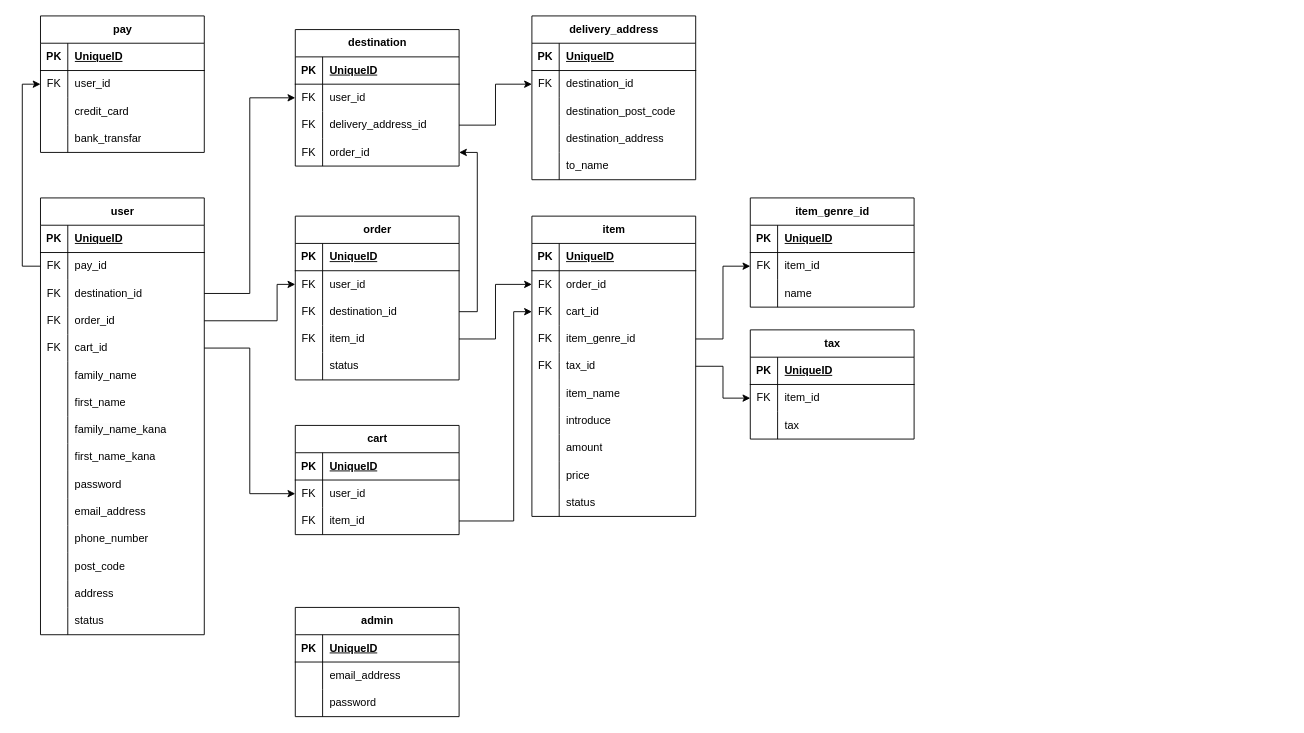
Earlier version of the draw.io diagram 名称未設定ファイル.drawio (yuna096740/sample_app). Source tidied: cells renumbered, new cells numbered last; positions are measured from the earlier drawing's top-left corner, leaving out a move shared by most shapes. Both pictures are drawn from the tidied source at 91%, with x=0, y=0 at pixel (40, 15).
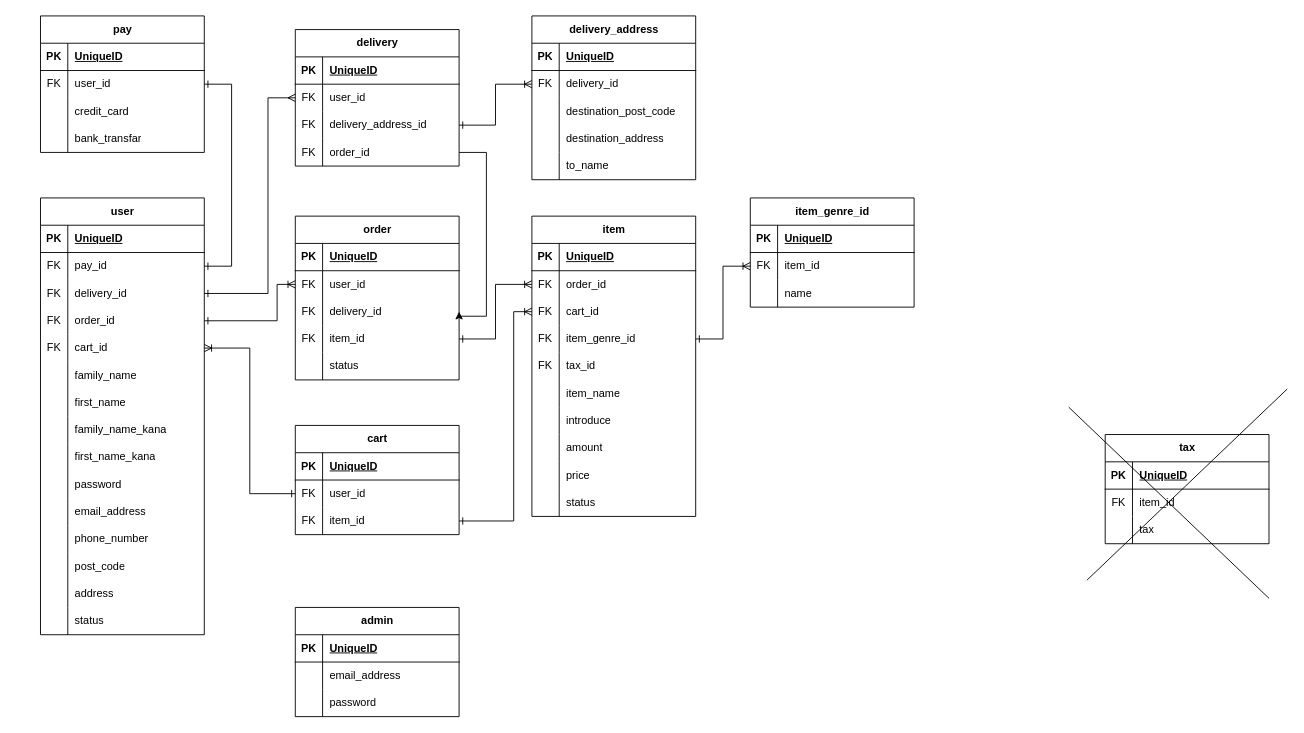
After the change.

Commit message:
名称未設定ファイル.drawio を更新します

The change refers to these unchanged cells:
```xml
<mxCell id="6" style="shape=tableRow;horizontal=0;startSize=0;swimlaneHead=0;swimlaneBody=0;fillColor=none;points=[[0,0.5],[1,0.5]];portConstraint=eastwest;top=0;left=0;right=0;bottom=0;" parent="2" vertex="1">
  <mxGeometry y="60" width="180" height="30" as="geometry" />
</mxCell>
<mxCell id="9" style="shape=tableRow;horizontal=0;startSize=0;swimlaneHead=0;swimlaneBody=0;fillColor=none;points=[[0,0.5],[1,0.5]];portConstraint=eastwest;top=0;left=0;right=0;bottom=0;" parent="2" vertex="1">
  <mxGeometry y="90" width="180" height="30" as="geometry" />
</mxCell>
<mxCell id="12" style="shape=tableRow;horizontal=0;startSize=0;swimlaneHead=0;swimlaneBody=0;fillColor=none;points=[[0,0.5],[1,0.5]];portConstraint=eastwest;top=0;left=0;right=0;bottom=0;" parent="2" vertex="1">
  <mxGeometry y="120" width="180" height="30" as="geometry" />
</mxCell>
<mxCell id="15" style="shape=tableRow;horizontal=0;startSize=0;swimlaneHead=0;swimlaneBody=0;fillColor=none;points=[[0,0.5],[1,0.5]];portConstraint=eastwest;top=0;left=0;right=0;bottom=0;" parent="2" vertex="1">
  <mxGeometry y="150" width="180" height="30" as="geometry" />
</mxCell>
<mxCell id="52" style="shape=tableRow;horizontal=0;startSize=0;swimlaneHead=0;swimlaneBody=0;fillColor=none;points=[[0,0.5],[1,0.5]];portConstraint=eastwest;top=0;left=0;right=0;bottom=0;" parent="48" vertex="1">
  <mxGeometry y="60" width="180" height="30" as="geometry" />
</mxCell>
<mxCell id="55" style="shape=tableRow;horizontal=0;startSize=0;swimlaneHead=0;swimlaneBody=0;fillColor=none;points=[[0,0.5],[1,0.5]];portConstraint=eastwest;top=0;left=0;right=0;bottom=0;" parent="48" vertex="1">
  <mxGeometry y="90" width="180" height="30" as="geometry" />
</mxCell>
<mxCell id="58" style="shape=tableRow;horizontal=0;startSize=0;swimlaneHead=0;swimlaneBody=0;fillColor=none;points=[[0,0.5],[1,0.5]];portConstraint=eastwest;top=0;left=0;right=0;bottom=0;" parent="48" vertex="1">
  <mxGeometry y="120" width="180" height="30" as="geometry" />
</mxCell>
<mxCell id="65" style="shape=tableRow;horizontal=0;startSize=0;swimlaneHead=0;swimlaneBody=0;fillColor=none;points=[[0,0.5],[1,0.5]];portConstraint=eastwest;top=0;left=0;right=0;bottom=0;" parent="61" vertex="1">
  <mxGeometry y="60" width="180" height="30" as="geometry" />
</mxCell>
<mxCell id="78" style="shape=tableRow;horizontal=0;startSize=0;swimlaneHead=0;swimlaneBody=0;fillColor=none;points=[[0,0.5],[1,0.5]];portConstraint=eastwest;top=0;left=0;right=0;bottom=0;" parent="74" vertex="1">
  <mxGeometry y="60" width="180" height="30" as="geometry" />
</mxCell>
<mxCell id="81" style="shape=tableRow;horizontal=0;startSize=0;swimlaneHead=0;swimlaneBody=0;fillColor=none;points=[[0,0.5],[1,0.5]];portConstraint=eastwest;top=0;left=0;right=0;bottom=0;" parent="74" vertex="1">
  <mxGeometry y="90" width="180" height="30" as="geometry" />
</mxCell>
<mxCell id="88" style="shape=tableRow;horizontal=0;startSize=0;swimlaneHead=0;swimlaneBody=0;fillColor=none;points=[[0,0.5],[1,0.5]];portConstraint=eastwest;top=0;left=0;right=0;bottom=0;" parent="84" vertex="1">
  <mxGeometry y="60" width="180" height="30" as="geometry" />
</mxCell>
<mxCell id="101" value="item" style="shape=table;startSize=30;childLayout=tableLayout;rowLines=0;fontStyle=1;align=center;html=1;" parent="1" vertex="1">
  <mxGeometry x="540" y="220" width="180" height="330" as="geometry" />
</mxCell>
<mxCell id="105" style="shape=tableRow;horizontal=0;startSize=0;swimlaneHead=0;swimlaneBody=0;fillColor=none;points=[[0,0.5],[1,0.5]];portConstraint=eastwest;top=0;left=0;right=0;bottom=0;" parent="101" vertex="1">
  <mxGeometry y="60" width="180" height="30" as="geometry" />
</mxCell>
<mxCell id="108" style="shape=tableRow;horizontal=0;startSize=0;swimlaneHead=0;swimlaneBody=0;fillColor=none;points=[[0,0.5],[1,0.5]];portConstraint=eastwest;top=0;left=0;right=0;bottom=0;" parent="101" vertex="1">
  <mxGeometry y="90" width="180" height="30" as="geometry" />
</mxCell>
<mxCell id="111" style="shape=tableRow;horizontal=0;startSize=0;swimlaneHead=0;swimlaneBody=0;fillColor=none;points=[[0,0.5],[1,0.5]];portConstraint=eastwest;top=0;left=0;right=0;bottom=0;" parent="101" vertex="1">
  <mxGeometry y="120" width="180" height="30" as="geometry" />
</mxCell>
<mxCell id="137" style="shape=tableRow;horizontal=0;startSize=0;swimlaneHead=0;swimlaneBody=0;fillColor=none;points=[[0,0.5],[1,0.5]];portConstraint=eastwest;top=0;left=0;right=0;bottom=0;" parent="133" vertex="1">
  <mxGeometry y="60" width="180" height="30" as="geometry" />
</mxCell>
<mxCell id="140" style="shape=tableRow;horizontal=0;startSize=0;swimlaneHead=0;swimlaneBody=0;fillColor=none;points=[[0,0.5],[1,0.5]];portConstraint=eastwest;top=0;left=0;right=0;bottom=0;" parent="133" vertex="1">
  <mxGeometry y="90" width="180" height="30" as="geometry" />
</mxCell>
<mxCell id="143" style="shape=tableRow;horizontal=0;startSize=0;swimlaneHead=0;swimlaneBody=0;fillColor=none;points=[[0,0.5],[1,0.5]];portConstraint=eastwest;top=0;left=0;right=0;bottom=0;" parent="133" vertex="1">
  <mxGeometry y="120" width="180" height="30" as="geometry" />
</mxCell>
<mxCell id="153" style="shape=tableRow;horizontal=0;startSize=0;swimlaneHead=0;swimlaneBody=0;fillColor=none;points=[[0,0.5],[1,0.5]];portConstraint=eastwest;top=0;left=0;right=0;bottom=0;" parent="149" vertex="1">
  <mxGeometry y="60" width="180" height="30" as="geometry" />
</mxCell>
<mxCell id="163" style="shape=tableRow;horizontal=0;startSize=0;swimlaneHead=0;swimlaneBody=0;fillColor=none;points=[[0,0.5],[1,0.5]];portConstraint=eastwest;top=0;left=0;right=0;bottom=0;" parent="159" vertex="1">
  <mxGeometry y="60" width="180" height="30" as="geometry" />
</mxCell>
```

The edit, as a diff of the source:
```diff
@@
-    <mxCell id="11" value="destination_id" style="shape=partialRectangle;fillColor=none;top=0;left=0;bottom=0;right=0;align=left;spacingLeft=6;overflow=hidden;whiteSpace=wrap;html=1;" parent="9" vertex="1">
+    <mxCell id="11" value="delivery_id" style="shape=partialRectangle;fillColor=none;top=0;left=0;bottom=0;right=0;align=left;spacingLeft=6;overflow=hidden;whiteSpace=wrap;html=1;" parent="9" vertex="1">
       <mxGeometry x="30" width="150" height="30" as="geometry" />
     </mxCell>
@@
-    <mxCell id="48" value="destination" style="shape=table;startSize=30;childLayout=tableLayout;rowLines=0;fontStyle=1;align=center;html=1;" parent="1" vertex="1">
+    <mxCell id="48" value="delivery" style="shape=table;startSize=30;childLayout=tableLayout;rowLines=0;fontStyle=1;align=center;html=1;" parent="1" vertex="1">
       <mxGeometry x="280" y="15" width="180" height="150" as="geometry" />
     </mxCell>
@@
-    <mxCell id="90" value="destination_id" style="shape=partialRectangle;fillColor=none;top=0;left=0;bottom=0;right=0;align=left;spacingLeft=6;overflow=hidden;whiteSpace=wrap;html=1;" parent="88" vertex="1">
+    <mxCell id="90" value="delivery_id" style="shape=partialRectangle;fillColor=none;top=0;left=0;bottom=0;right=0;align=left;spacingLeft=6;overflow=hidden;whiteSpace=wrap;html=1;" parent="88" vertex="1">
       <mxGeometry x="30" width="150" height="30" as="geometry" />
     </mxCell>
@@
-    <mxCell id="100" style="edgeStyle=orthogonalEdgeStyle;rounded=0;jettySize=auto;html=1;entryX=0;entryY=0.5;entryDx=0;entryDy=0;" parent="1" edge="1" source="101" target="163">
-      <mxGeometry relative="1" as="geometry" />
-    </mxCell>
@@
-    <mxCell id="132" style="edgeStyle=orthogonalEdgeStyle;rounded=0;jettySize=auto;html=1;entryX=0;entryY=0.5;entryDx=0;entryDy=0;" parent="1" edge="1" source="81" target="108">
+    <mxCell id="132" style="edgeStyle=orthogonalEdgeStyle;rounded=0;jettySize=auto;html=1;entryX=0;entryY=0.5;entryDx=0;entryDy=0;startArrow=ERone;startFill=0;endArrow=ERoneToMany;endFill=0;" parent="1" edge="1" source="81" target="108">
       <mxGeometry relative="1" as="geometry">
         <Array as="points">
           <mxPoint x="520" y="555" />
           <mxPoint x="520" y="325" />
         </Array>
       </mxGeometry>
     </mxCell>
@@
-    <mxCell id="142" value="destination_id" style="shape=partialRectangle;fillColor=none;top=0;left=0;bottom=0;right=0;align=left;spacingLeft=6;overflow=hidden;whiteSpace=wrap;html=1;" parent="140" vertex="1">
+    <mxCell id="142" value="delivery_id" style="shape=partialRectangle;fillColor=none;top=0;left=0;bottom=0;right=0;align=left;spacingLeft=6;overflow=hidden;whiteSpace=wrap;html=1;" parent="140" vertex="1">
       <mxGeometry x="30" width="150" height="30" as="geometry" />
     </mxCell>
@@
     <mxCell id="159" value="tax" style="shape=table;startSize=30;childLayout=tableLayout;rowLines=0;fontStyle=1;align=center;html=1;" parent="1" vertex="1">
-      <mxGeometry x="780" y="345" width="180" height="120" as="geometry" />
+      <mxGeometry x="1170" y="460" width="180" height="120" as="geometry" />
     </mxCell>
@@
-    <mxCell id="169" style="edgeStyle=orthogonalEdgeStyle;rounded=0;jettySize=auto;html=1;exitX=1;exitY=0.5;exitDx=0;exitDy=0;entryX=1;entryY=0.5;entryDx=0;entryDy=0;" parent="1" edge="1" source="140" target="58">
-      <mxGeometry relative="1" as="geometry" />
-    </mxCell>
-    <mxCell id="170" style="edgeStyle=orthogonalEdgeStyle;rounded=0;jettySize=auto;html=1;entryX=0;entryY=0.5;entryDx=0;entryDy=0;" parent="1" edge="1" source="143" target="105">
+    <mxCell id="170" style="edgeStyle=orthogonalEdgeStyle;rounded=0;jettySize=auto;html=1;entryX=0;entryY=0.5;entryDx=0;entryDy=0;startArrow=ERone;startFill=0;endArrow=ERoneToMany;endFill=0;" parent="1" edge="1" source="143" target="105">
       <mxGeometry relative="1" as="geometry" />
     </mxCell>
-    <mxCell id="171" style="edgeStyle=orthogonalEdgeStyle;rounded=0;jettySize=auto;html=1;entryX=0;entryY=0.5;entryDx=0;entryDy=0;" parent="1" edge="1" source="12" target="137">
+    <mxCell id="171" style="edgeStyle=orthogonalEdgeStyle;rounded=0;jettySize=auto;html=1;entryX=0;entryY=0.5;entryDx=0;entryDy=0;startArrow=ERone;startFill=0;endArrow=ERoneToMany;endFill=0;" parent="1" edge="1" source="12" target="137">
       <mxGeometry relative="1" as="geometry">
         <Array as="points">
           <mxPoint x="260" y="335" />
           <mxPoint x="260" y="295" />
         </Array>
       </mxGeometry>
     </mxCell>
-    <mxCell id="172" style="edgeStyle=orthogonalEdgeStyle;rounded=0;jettySize=auto;html=1;entryX=0;entryY=0.5;entryDx=0;entryDy=0;" parent="1" edge="1" source="15" target="78">
+    <mxCell id="172" style="edgeStyle=orthogonalEdgeStyle;rounded=0;jettySize=auto;html=1;entryX=0;entryY=0.5;entryDx=0;entryDy=0;startArrow=ERoneToMany;startFill=0;endArrow=ERone;endFill=0;" parent="1" edge="1" source="15" target="78">
       <mxGeometry relative="1" as="geometry" />
     </mxCell>
-    <mxCell id="173" style="edgeStyle=orthogonalEdgeStyle;rounded=0;jettySize=auto;html=1;entryX=0;entryY=0.5;entryDx=0;entryDy=0;" parent="1" edge="1" source="9" target="52">
-      <mxGeometry relative="1" as="geometry" />
+    <mxCell id="173" style="edgeStyle=orthogonalEdgeStyle;rounded=0;jettySize=auto;html=1;entryX=0;entryY=0.5;entryDx=0;entryDy=0;startArrow=ERone;startFill=0;endArrow=ERmany;endFill=0;" parent="1" edge="1" source="9" target="52">
+      <mxGeometry relative="1" as="geometry">
+        <Array as="points">
+          <mxPoint x="250" y="305" />
+          <mxPoint x="250" y="90" />
+        </Array>
+      </mxGeometry>
     </mxCell>
-    <mxCell id="174" style="edgeStyle=orthogonalEdgeStyle;rounded=0;jettySize=auto;html=1;entryX=0;entryY=0.5;entryDx=0;entryDy=0;" parent="1" edge="1" source="55" target="88">
+    <mxCell id="174" style="edgeStyle=orthogonalEdgeStyle;rounded=0;jettySize=auto;html=1;entryX=0;entryY=0.5;entryDx=0;entryDy=0;startArrow=ERone;startFill=0;endArrow=ERoneToMany;endFill=0;" parent="1" edge="1" source="55" target="88">
       <mxGeometry relative="1" as="geometry" />
     </mxCell>
-    <mxCell id="175" style="edgeStyle=orthogonalEdgeStyle;rounded=0;jettySize=auto;html=1;entryX=0;entryY=0.5;entryDx=0;entryDy=0;" parent="1" edge="1" source="111" target="153">
+    <mxCell id="175" style="edgeStyle=orthogonalEdgeStyle;rounded=0;jettySize=auto;html=1;entryX=0;entryY=0.5;entryDx=0;entryDy=0;startArrow=ERone;startFill=0;endArrow=ERoneToMany;endFill=0;" parent="1" edge="1" source="111" target="153">
       <mxGeometry relative="1" as="geometry" />
     </mxCell>
@@
+    <mxCell id="187" style="endArrow=none;html=1;rounded=0;" parent="1" edge="1">
+      <mxGeometry relative="1" as="geometry">
+        <mxPoint x="1150" y="620" as="sourcePoint" />
+        <mxPoint x="1370" y="410" as="targetPoint" />
+      </mxGeometry>
+    </mxCell>
+    <mxCell id="188" style="endArrow=none;html=1;rounded=0;" parent="1" edge="1">
+      <mxGeometry relative="1" as="geometry">
+        <mxPoint x="1130" y="430" as="sourcePoint" />
+        <mxPoint x="1350" y="640" as="targetPoint" />
+      </mxGeometry>
+    </mxCell>
+    <mxCell id="189" style="edgeStyle=orthogonalEdgeStyle;rounded=0;jettySize=auto;html=1;entryX=1;entryY=0.5;entryDx=0;entryDy=0;" parent="1" edge="1" source="58" target="140">
+      <mxGeometry relative="1" as="geometry">
+        <Array as="points">
+          <mxPoint x="490" y="150" />
+          <mxPoint x="490" y="330" />
+          <mxPoint x="460" y="330" />
+        </Array>
+      </mxGeometry>
+    </mxCell>
-    <mxCell id="186" style="edgeStyle=orthogonalEdgeStyle;rounded=0;jettySize=auto;html=1;entryX=0;entryY=0.5;entryDx=0;entryDy=0;" parent="1" edge="1" source="6" target="65">
-      <mxGeometry relative="1" as="geometry" />
+    <mxCell id="186" style="edgeStyle=orthogonalEdgeStyle;rounded=0;jettySize=auto;html=1;entryX=1;entryY=0.5;entryDx=0;entryDy=0;startArrow=ERone;startFill=0;endArrow=ERone;endFill=0;" parent="1" edge="1" source="6" target="65">
+      <mxGeometry relative="1" as="geometry">
+        <Array as="points">
+          <mxPoint x="210" y="275" />
+          <mxPoint x="210" y="75" />
+        </Array>
+      </mxGeometry>
     </mxCell>
```
